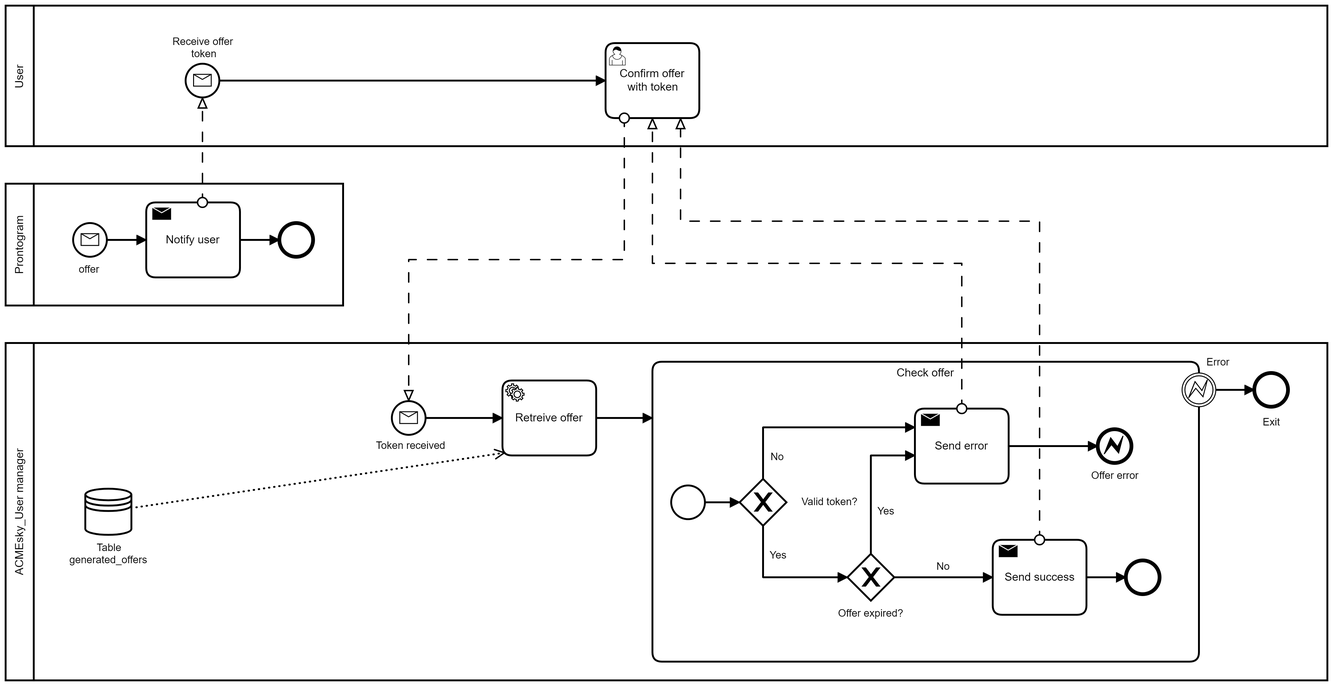
Vallasc/ACMEsky keeps this BPMN diagram as docs/bpmn/ConfirmOffer.png. Above is the earlier version. Its source is kept beside it as docs/bpmn/ConfirmOffer.bpmn. Ids are renumbered. Source of this version:
```xml
<bpmn:definitions xmlns:bpmn="http://www.omg.org/spec/BPMN/20100524/MODEL" xmlns:bpmndi="http://www.omg.org/spec/BPMN/20100524/DI" xmlns:dc="http://www.omg.org/spec/DD/20100524/DC" xmlns:di="http://www.omg.org/spec/DD/20100524/DI" id="Definitions_n1" targetNamespace="http://bpmn.io/schema/bpmn" exporter="Camunda Modeler" exporterVersion="4.3.0">
  <bpmn:collaboration id="Collaboration_n2">
    <bpmn:participant id="Participant_n3" name="ACMEsky_User manager" processRef="Process_n4" />
    <bpmn:participant id="Participant_n5" name="Prontogram" processRef="Process_n6" />
    <bpmn:participant id="Participant_n7" name="User" processRef="Process_n8" />
    <bpmn:messageFlow id="Flow_n9" sourceRef="Activity_n10" targetRef="Event_n11" />
    <bpmn:messageFlow id="Flow_n12" sourceRef="Activity_n13" targetRef="Event_n14" />
    <bpmn:messageFlow id="Flow_n15" sourceRef="Activity_n16" targetRef="Activity_n13" />
    <bpmn:messageFlow id="Flow_n17" sourceRef="Activity_n18" targetRef="Activity_n13" />
  </bpmn:collaboration>
  <bpmn:process id="Process_n4" isExecutable="false">
    <bpmn:serviceTask id="Activity_n19" name="Retreive offer">
      <bpmn:incoming>Flow_n20</bpmn:incoming>
      <bpmn:outgoing>Flow_n21</bpmn:outgoing>
      <bpmn:property id="Property_n22" name="__targetRef_placeholder" />
      <bpmn:dataInputAssociation id="DataInputAssociation_n23">
        <bpmn:sourceRef>DataStoreReference_n24</bpmn:sourceRef>
        <bpmn:targetRef>Property_n22</bpmn:targetRef>
      </bpmn:dataInputAssociation>
    </bpmn:serviceTask>
    <bpmn:endEvent id="Event_n25" name="Exit">
      <bpmn:incoming>Flow_n26</bpmn:incoming>
    </bpmn:endEvent>
    <bpmn:startEvent id="Event_n14" name="Token received">
      <bpmn:outgoing>Flow_n20</bpmn:outgoing>
      <bpmn:messageEventDefinition id="MessageEventDefinition_n27" />
    </bpmn:startEvent>
    <bpmn:subProcess id="Activity_n28" name="Check offer">
      <bpmn:incoming>Flow_n21</bpmn:incoming>
      <bpmn:startEvent id="Event_n29">
        <bpmn:outgoing>Flow_n30</bpmn:outgoing>
      </bpmn:startEvent>
      <bpmn:exclusiveGateway id="Gateway_n31" name="Valid token?">
        <bpmn:incoming>Flow_n30</bpmn:incoming>
        <bpmn:outgoing>Flow_n32</bpmn:outgoing>
        <bpmn:outgoing>Flow_n33</bpmn:outgoing>
      </bpmn:exclusiveGateway>
      <bpmn:exclusiveGateway id="Gateway_n34" name="Offer expired?">
        <bpmn:incoming>Flow_n33</bpmn:incoming>
        <bpmn:outgoing>Flow_n35</bpmn:outgoing>
        <bpmn:outgoing>Flow_n36</bpmn:outgoing>
      </bpmn:exclusiveGateway>
      <bpmn:endEvent id="Event_n37">
        <bpmn:incoming>Flow_n38</bpmn:incoming>
      </bpmn:endEvent>
      <bpmn:sendTask id="Activity_n16" name="Send success">
        <bpmn:incoming>Flow_n35</bpmn:incoming>
        <bpmn:outgoing>Flow_n38</bpmn:outgoing>
      </bpmn:sendTask>
      <bpmn:sendTask id="Activity_n18" name="Send error">
        <bpmn:incoming>Flow_n32</bpmn:incoming>
        <bpmn:incoming>Flow_n36</bpmn:incoming>
        <bpmn:outgoing>Flow_n39</bpmn:outgoing>
      </bpmn:sendTask>
      <bpmn:endEvent id="Event_n40" name="Offer error">
        <bpmn:incoming>Flow_n39</bpmn:incoming>
        <bpmn:errorEventDefinition id="ErrorEventDefinition_n41" />
      </bpmn:endEvent>
      <bpmn:sequenceFlow id="Flow_n39" sourceRef="Activity_n18" targetRef="Event_n40" />
      <bpmn:sequenceFlow id="Flow_n38" sourceRef="Activity_n16" targetRef="Event_n37" />
      <bpmn:sequenceFlow id="Flow_n35" name="No" sourceRef="Gateway_n34" targetRef="Activity_n16" />
      <bpmn:sequenceFlow id="Flow_n32" name="No" sourceRef="Gateway_n31" targetRef="Activity_n18" />
      <bpmn:sequenceFlow id="Flow_n33" name="Yes" sourceRef="Gateway_n31" targetRef="Gateway_n34" />
      <bpmn:sequenceFlow id="Flow_n36" name="Yes" sourceRef="Gateway_n34" targetRef="Activity_n18" />
      <bpmn:sequenceFlow id="Flow_n30" sourceRef="Event_n29" targetRef="Gateway_n31" />
    </bpmn:subProcess>
    <bpmn:boundaryEvent id="Event_n42" name="Error" attachedToRef="Activity_n28">
      <bpmn:outgoing>Flow_n26</bpmn:outgoing>
      <bpmn:errorEventDefinition id="ErrorEventDefinition_n43" />
    </bpmn:boundaryEvent>
    <bpmn:sequenceFlow id="Flow_n20" sourceRef="Event_n14" targetRef="Activity_n19" />
    <bpmn:sequenceFlow id="Flow_n21" sourceRef="Activity_n19" targetRef="Activity_n28" />
    <bpmn:sequenceFlow id="Flow_n26" sourceRef="Event_n42" targetRef="Event_n25" />
    <bpmn:dataStoreReference id="DataStoreReference_n24" name="Table generated_offers" />
  </bpmn:process>
  <bpmn:process id="Process_n6" isExecutable="false">
    <bpmn:startEvent id="Event_n44" name="offer">
      <bpmn:outgoing>Flow_n45</bpmn:outgoing>
      <bpmn:messageEventDefinition id="MessageEventDefinition_n46" />
    </bpmn:startEvent>
    <bpmn:endEvent id="Event_n47">
      <bpmn:incoming>Flow_n48</bpmn:incoming>
    </bpmn:endEvent>
    <bpmn:sendTask id="Activity_n10" name="Notify user">
      <bpmn:incoming>Flow_n45</bpmn:incoming>
      <bpmn:outgoing>Flow_n48</bpmn:outgoing>
    </bpmn:sendTask>
    <bpmn:sequenceFlow id="Flow_n45" sourceRef="Event_n44" targetRef="Activity_n10" />
    <bpmn:sequenceFlow id="Flow_n48" sourceRef="Activity_n10" targetRef="Event_n47" />
  </bpmn:process>
  <bpmn:process id="Process_n8" isExecutable="false">
    <bpmn:startEvent id="Event_n11" name="Receive offer token">
      <bpmn:outgoing>Flow_n49</bpmn:outgoing>
      <bpmn:messageEventDefinition id="MessageEventDefinition_n50" />
    </bpmn:startEvent>
    <bpmn:userTask id="Activity_n13" name="Confirm offer with token">
      <bpmn:incoming>Flow_n49</bpmn:incoming>
    </bpmn:userTask>
    <bpmn:sequenceFlow id="Flow_n49" sourceRef="Event_n11" targetRef="Activity_n13" />
  </bpmn:process>
  <bpmndi:BPMNDiagram id="BPMNDiagram_1">
    <bpmndi:BPMNPlane id="BPMNPlane_1" bpmnElement="Collaboration_n2">
      <bpmndi:BPMNShape id="Participant_n3_di" bpmnElement="Participant_n3" isHorizontal="true">
        <dc:Bounds x="160" y="440" width="1410" height="360" />
      </bpmndi:BPMNShape>
      <bpmndi:BPMNEdge id="Flow_n26_di" bpmnElement="Flow_n26">
        <di:waypoint x="1451" y="490" />
        <di:waypoint x="1492" y="490" />
      </bpmndi:BPMNEdge>
      <bpmndi:BPMNEdge id="Flow_n21_di" bpmnElement="Flow_n21">
        <di:waypoint x="790" y="520" />
        <di:waypoint x="850" y="520" />
      </bpmndi:BPMNEdge>
      <bpmndi:BPMNEdge id="Flow_n20_di" bpmnElement="Flow_n20">
        <di:waypoint x="608" y="520" />
        <di:waypoint x="690" y="520" />
      </bpmndi:BPMNEdge>
      <bpmndi:BPMNShape id="Activity_n19_di" bpmnElement="Activity_n19">
        <dc:Bounds x="690" y="480" width="100" height="80" />
      </bpmndi:BPMNShape>
      <bpmndi:BPMNShape id="Event_n25_di" bpmnElement="Event_n25">
        <dc:Bounds x="1492" y="472" width="36" height="36" />
        <bpmndi:BPMNLabel>
          <dc:Bounds x="1501" y="518" width="20" height="14" />
        </bpmndi:BPMNLabel>
      </bpmndi:BPMNShape>
      <bpmndi:BPMNShape id="Event_n14_di" bpmnElement="Event_n14">
        <dc:Bounds x="572" y="502" width="36" height="36" />
        <bpmndi:BPMNLabel>
          <dc:Bounds x="555" y="543" width="73" height="14" />
        </bpmndi:BPMNLabel>
      </bpmndi:BPMNShape>
      <bpmndi:BPMNShape id="Activity_n28_di" bpmnElement="Activity_n28" isExpanded="true">
        <dc:Bounds x="850" y="460" width="583" height="320" />
      </bpmndi:BPMNShape>
      <bpmndi:BPMNEdge id="Flow_n30_di" bpmnElement="Flow_n30">
        <di:waypoint x="906" y="610" />
        <di:waypoint x="943" y="610" />
      </bpmndi:BPMNEdge>
      <bpmndi:BPMNEdge id="Flow_n36_di" bpmnElement="Flow_n36">
        <di:waypoint x="1083" y="665" />
        <di:waypoint x="1083" y="560" />
        <di:waypoint x="1130" y="560" />
        <bpmndi:BPMNLabel>
          <dc:Bounds x="1090" y="613" width="18" height="14" />
        </bpmndi:BPMNLabel>
      </bpmndi:BPMNEdge>
      <bpmndi:BPMNEdge id="Flow_n33_di" bpmnElement="Flow_n33">
        <di:waypoint x="968" y="635" />
        <di:waypoint x="968" y="690" />
        <di:waypoint x="1058" y="690" />
        <bpmndi:BPMNLabel>
          <dc:Bounds x="975" y="660" width="18" height="14" />
        </bpmndi:BPMNLabel>
      </bpmndi:BPMNEdge>
      <bpmndi:BPMNEdge id="Flow_n32_di" bpmnElement="Flow_n32">
        <di:waypoint x="968" y="585" />
        <di:waypoint x="968" y="530" />
        <di:waypoint x="1130" y="530" />
        <bpmndi:BPMNLabel>
          <dc:Bounds x="976" y="555" width="15" height="14" />
        </bpmndi:BPMNLabel>
      </bpmndi:BPMNEdge>
      <bpmndi:BPMNEdge id="Flow_n35_di" bpmnElement="Flow_n35">
        <di:waypoint x="1108" y="690" />
        <di:waypoint x="1213" y="690" />
        <bpmndi:BPMNLabel>
          <dc:Bounds x="1153" y="672" width="15" height="14" />
        </bpmndi:BPMNLabel>
      </bpmndi:BPMNEdge>
      <bpmndi:BPMNEdge id="Flow_n38_di" bpmnElement="Flow_n38">
        <di:waypoint x="1313" y="690" />
        <di:waypoint x="1355" y="690" />
      </bpmndi:BPMNEdge>
      <bpmndi:BPMNEdge id="Flow_n39_di" bpmnElement="Flow_n39">
        <di:waypoint x="1230" y="550" />
        <di:waypoint x="1325" y="550" />
      </bpmndi:BPMNEdge>
      <bpmndi:BPMNShape id="Event_n29_di" bpmnElement="Event_n29">
        <dc:Bounds x="870" y="592" width="36" height="36" />
      </bpmndi:BPMNShape>
      <bpmndi:BPMNShape id="Gateway_n31_di" bpmnElement="Gateway_n31" isMarkerVisible="true">
        <dc:Bounds x="943" y="585" width="50" height="50" />
        <bpmndi:BPMNLabel>
          <dc:Bounds x="1009" y="603" width="59" height="14" />
        </bpmndi:BPMNLabel>
      </bpmndi:BPMNShape>
      <bpmndi:BPMNShape id="Gateway_n34_di" bpmnElement="Gateway_n34" isMarkerVisible="true">
        <dc:Bounds x="1058" y="665" width="50" height="50" />
        <bpmndi:BPMNLabel>
          <dc:Bounds x="1048" y="722" width="70" height="14" />
        </bpmndi:BPMNLabel>
      </bpmndi:BPMNShape>
      <bpmndi:BPMNShape id="Event_n37_di" bpmnElement="Event_n37">
        <dc:Bounds x="1355" y="672" width="36" height="36" />
      </bpmndi:BPMNShape>
      <bpmndi:BPMNShape id="Activity_n16_di" bpmnElement="Activity_n16">
        <dc:Bounds x="1213" y="650" width="100" height="80" />
      </bpmndi:BPMNShape>
      <bpmndi:BPMNShape id="Activity_n18_di" bpmnElement="Activity_n18">
        <dc:Bounds x="1130" y="510" width="100" height="80" />
      </bpmndi:BPMNShape>
      <bpmndi:BPMNShape id="Event_n40_di" bpmnElement="Event_n40">
        <dc:Bounds x="1325" y="532" width="36" height="36" />
        <bpmndi:BPMNLabel>
          <dc:Bounds x="1318" y="575" width="52" height="14" />
        </bpmndi:BPMNLabel>
      </bpmndi:BPMNShape>
      <bpmndi:BPMNShape id="DataStoreReference_n24_di" bpmnElement="DataStoreReference_n24">
        <dc:Bounds x="245" y="595" width="50" height="50" />
        <bpmndi:BPMNLabel>
          <dc:Bounds x="228" y="652" width="84" height="27" />
        </bpmndi:BPMNLabel>
      </bpmndi:BPMNShape>
      <bpmndi:BPMNShape id="Event_n42_di" bpmnElement="Event_n42">
        <dc:Bounds x="1415" y="472" width="36" height="36" />
        <bpmndi:BPMNLabel>
          <dc:Bounds x="1441" y="454" width="26" height="14" />
        </bpmndi:BPMNLabel>
      </bpmndi:BPMNShape>
      <bpmndi:BPMNShape id="Participant_n7_di" bpmnElement="Participant_n7" isHorizontal="true">
        <dc:Bounds x="160" y="80" width="1410" height="150" />
      </bpmndi:BPMNShape>
      <bpmndi:BPMNEdge id="Flow_n49_di" bpmnElement="Flow_n49">
        <di:waypoint x="388" y="160" />
        <di:waypoint x="800" y="160" />
      </bpmndi:BPMNEdge>
      <bpmndi:BPMNShape id="Activity_n13_di" bpmnElement="Activity_n13">
        <dc:Bounds x="800" y="120" width="100" height="80" />
      </bpmndi:BPMNShape>
      <bpmndi:BPMNShape id="Event_n11_di" bpmnElement="Event_n11">
        <dc:Bounds x="352" y="142" width="36" height="36" />
        <bpmndi:BPMNLabel>
          <dc:Bounds x="338" y="112" width="66" height="27" />
        </bpmndi:BPMNLabel>
      </bpmndi:BPMNShape>
      <bpmndi:BPMNShape id="Participant_n5_di" bpmnElement="Participant_n5" isHorizontal="true">
        <dc:Bounds x="160" y="270" width="360" height="130" />
      </bpmndi:BPMNShape>
      <bpmndi:BPMNEdge id="Flow_n48_di" bpmnElement="Flow_n48">
        <di:waypoint x="410" y="330" />
        <di:waypoint x="452" y="330" />
      </bpmndi:BPMNEdge>
      <bpmndi:BPMNEdge id="Flow_n45_di" bpmnElement="Flow_n45">
        <di:waypoint x="268" y="330" />
        <di:waypoint x="310" y="330" />
      </bpmndi:BPMNEdge>
      <bpmndi:BPMNShape id="Event_n44_di" bpmnElement="Event_n44">
        <dc:Bounds x="232" y="312" width="36" height="36" />
        <bpmndi:BPMNLabel>
          <dc:Bounds x="238" y="355" width="24" height="14" />
        </bpmndi:BPMNLabel>
      </bpmndi:BPMNShape>
      <bpmndi:BPMNShape id="Event_n47_di" bpmnElement="Event_n47">
        <dc:Bounds x="452" y="312" width="36" height="36" />
      </bpmndi:BPMNShape>
      <bpmndi:BPMNShape id="Activity_n10_di" bpmnElement="Activity_n10">
        <dc:Bounds x="310" y="290" width="100" height="80" />
      </bpmndi:BPMNShape>
      <bpmndi:BPMNEdge id="DataInputAssociation_n23_di" bpmnElement="DataInputAssociation_n23">
        <di:waypoint x="295" y="616" />
        <di:waypoint x="693" y="557" />
      </bpmndi:BPMNEdge>
      <bpmndi:BPMNEdge id="Flow_n9_di" bpmnElement="Flow_n9">
        <di:waypoint x="370" y="290" />
        <di:waypoint x="370" y="178" />
      </bpmndi:BPMNEdge>
      <bpmndi:BPMNEdge id="Flow_n12_di" bpmnElement="Flow_n12">
        <di:waypoint x="820" y="200" />
        <di:waypoint x="820" y="351" />
        <di:waypoint x="590" y="351" />
        <di:waypoint x="590" y="502" />
      </bpmndi:BPMNEdge>
      <bpmndi:BPMNEdge id="Flow_n17_di" bpmnElement="Flow_n17">
        <di:waypoint x="1180" y="510" />
        <di:waypoint x="1180" y="355" />
        <di:waypoint x="850" y="355" />
        <di:waypoint x="850" y="200" />
      </bpmndi:BPMNEdge>
      <bpmndi:BPMNEdge id="Flow_n15_di" bpmnElement="Flow_n15">
        <di:waypoint x="1263" y="650" />
        <di:waypoint x="1263" y="310" />
        <di:waypoint x="880" y="310" />
        <di:waypoint x="880" y="200" />
      </bpmndi:BPMNEdge>
    </bpmndi:BPMNPlane>
  </bpmndi:BPMNDiagram>
</bpmn:definitions>
```
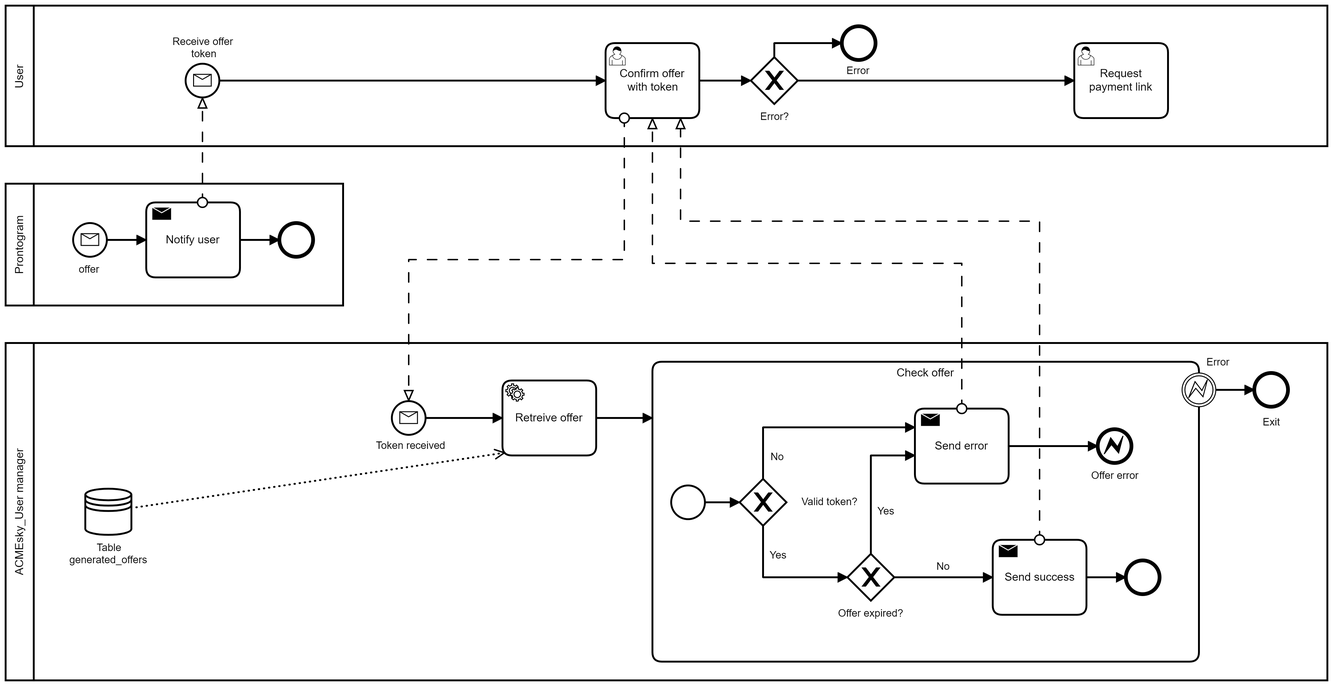
After the commit.

Change to the diagram source:
```diff
@@ -95,8 +95,23 @@
     </bpmn:startEvent>
     <bpmn:userTask id="Activity_n13" name="Confirm offer with token">
       <bpmn:incoming>Flow_n49</bpmn:incoming>
+      <bpmn:outgoing>Flow_n51</bpmn:outgoing>
     </bpmn:userTask>
     <bpmn:sequenceFlow id="Flow_n49" sourceRef="Event_n11" targetRef="Activity_n13" />
+    <bpmn:exclusiveGateway id="Gateway_n52" name="Error?">
+      <bpmn:incoming>Flow_n51</bpmn:incoming>
+      <bpmn:outgoing>Flow_n53</bpmn:outgoing>
+      <bpmn:outgoing>Flow_n54</bpmn:outgoing>
+    </bpmn:exclusiveGateway>
+    <bpmn:sequenceFlow id="Flow_n51" sourceRef="Activity_n13" targetRef="Gateway_n52" />
+    <bpmn:sequenceFlow id="Flow_n53" sourceRef="Gateway_n52" targetRef="Event_n55" />
+    <bpmn:endEvent id="Event_n55" name="Error">
+      <bpmn:incoming>Flow_n53</bpmn:incoming>
+    </bpmn:endEvent>
+    <bpmn:sequenceFlow id="Flow_n54" sourceRef="Gateway_n52" targetRef="Activity_n56" />
+    <bpmn:userTask id="Activity_n56" name="Request payment link">
+      <bpmn:incoming>Flow_n54</bpmn:incoming>
+    </bpmn:userTask>
   </bpmn:process>
   <bpmndi:BPMNDiagram id="BPMNDiagram_1">
     <bpmndi:BPMNPlane id="BPMNPlane_1" bpmnElement="Collaboration_n2">
@@ -218,22 +233,6 @@
           <dc:Bounds x="1441" y="454" width="26" height="14" />
         </bpmndi:BPMNLabel>
       </bpmndi:BPMNShape>
-      <bpmndi:BPMNShape id="Participant_n7_di" bpmnElement="Participant_n7" isHorizontal="true">
-        <dc:Bounds x="160" y="80" width="1410" height="150" />
-      </bpmndi:BPMNShape>
-      <bpmndi:BPMNEdge id="Flow_n49_di" bpmnElement="Flow_n49">
-        <di:waypoint x="388" y="160" />
-        <di:waypoint x="800" y="160" />
-      </bpmndi:BPMNEdge>
-      <bpmndi:BPMNShape id="Activity_n13_di" bpmnElement="Activity_n13">
-        <dc:Bounds x="800" y="120" width="100" height="80" />
-      </bpmndi:BPMNShape>
-      <bpmndi:BPMNShape id="Event_n11_di" bpmnElement="Event_n11">
-        <dc:Bounds x="352" y="142" width="36" height="36" />
-        <bpmndi:BPMNLabel>
-          <dc:Bounds x="338" y="112" width="66" height="27" />
-        </bpmndi:BPMNLabel>
-      </bpmndi:BPMNShape>
       <bpmndi:BPMNShape id="Participant_n5_di" bpmnElement="Participant_n5" isHorizontal="true">
         <dc:Bounds x="160" y="270" width="360" height="130" />
       </bpmndi:BPMNShape>
@@ -257,6 +256,50 @@
       <bpmndi:BPMNShape id="Activity_n10_di" bpmnElement="Activity_n10">
         <dc:Bounds x="310" y="290" width="100" height="80" />
       </bpmndi:BPMNShape>
+      <bpmndi:BPMNShape id="Participant_n7_di" bpmnElement="Participant_n7" isHorizontal="true">
+        <dc:Bounds x="160" y="80" width="1410" height="150" />
+      </bpmndi:BPMNShape>
+      <bpmndi:BPMNEdge id="Flow_n49_di" bpmnElement="Flow_n49">
+        <di:waypoint x="388" y="160" />
+        <di:waypoint x="800" y="160" />
+      </bpmndi:BPMNEdge>
+      <bpmndi:BPMNEdge id="Flow_n51_di" bpmnElement="Flow_n51">
+        <di:waypoint x="900" y="160" />
+        <di:waypoint x="955" y="160" />
+      </bpmndi:BPMNEdge>
+      <bpmndi:BPMNEdge id="Flow_n53_di" bpmnElement="Flow_n53">
+        <di:waypoint x="980" y="135" />
+        <di:waypoint x="980" y="120" />
+        <di:waypoint x="1052" y="120" />
+      </bpmndi:BPMNEdge>
+      <bpmndi:BPMNEdge id="Flow_n54_di" bpmnElement="Flow_n54">
+        <di:waypoint x="1005" y="160" />
+        <di:waypoint x="1300" y="160" />
+      </bpmndi:BPMNEdge>
+      <bpmndi:BPMNShape id="Event_n11_di" bpmnElement="Event_n11">
+        <dc:Bounds x="352" y="142" width="36" height="36" />
+        <bpmndi:BPMNLabel>
+          <dc:Bounds x="338" y="112" width="66" height="27" />
+        </bpmndi:BPMNLabel>
+      </bpmndi:BPMNShape>
+      <bpmndi:BPMNShape id="Activity_n13_di" bpmnElement="Activity_n13">
+        <dc:Bounds x="800" y="120" width="100" height="80" />
+      </bpmndi:BPMNShape>
+      <bpmndi:BPMNShape id="Gateway_n52_di" bpmnElement="Gateway_n52" isMarkerVisible="true">
+        <dc:Bounds x="955" y="135" width="50" height="50" />
+        <bpmndi:BPMNLabel>
+          <dc:Bounds x="965" y="192" width="31" height="14" />
+        </bpmndi:BPMNLabel>
+      </bpmndi:BPMNShape>
+      <bpmndi:BPMNShape id="Event_n55_di" bpmnElement="Event_n55">
+        <dc:Bounds x="1052" y="102" width="36" height="36" />
+        <bpmndi:BPMNLabel>
+          <dc:Bounds x="1057" y="143" width="26" height="14" />
+        </bpmndi:BPMNLabel>
+      </bpmndi:BPMNShape>
+      <bpmndi:BPMNShape id="Activity_n56_di" bpmnElement="Activity_n56">
+        <dc:Bounds x="1300" y="120" width="100" height="80" />
+      </bpmndi:BPMNShape>
       <bpmndi:BPMNEdge id="DataInputAssociation_n23_di" bpmnElement="DataInputAssociation_n23">
         <di:waypoint x="295" y="616" />
         <di:waypoint x="693" y="557" />
@@ -271,18 +314,18 @@
         <di:waypoint x="590" y="351" />
         <di:waypoint x="590" y="502" />
       </bpmndi:BPMNEdge>
+      <bpmndi:BPMNEdge id="Flow_n15_di" bpmnElement="Flow_n15">
+        <di:waypoint x="1263" y="650" />
+        <di:waypoint x="1263" y="310" />
+        <di:waypoint x="880" y="310" />
+        <di:waypoint x="880" y="200" />
+      </bpmndi:BPMNEdge>
       <bpmndi:BPMNEdge id="Flow_n17_di" bpmnElement="Flow_n17">
         <di:waypoint x="1180" y="510" />
         <di:waypoint x="1180" y="355" />
         <di:waypoint x="850" y="355" />
         <di:waypoint x="850" y="200" />
       </bpmndi:BPMNEdge>
-      <bpmndi:BPMNEdge id="Flow_n15_di" bpmnElement="Flow_n15">
-        <di:waypoint x="1263" y="650" />
-        <di:waypoint x="1263" y="310" />
-        <di:waypoint x="880" y="310" />
-        <di:waypoint x="880" y="200" />
-      </bpmndi:BPMNEdge>
     </bpmndi:BPMNPlane>
   </bpmndi:BPMNDiagram>
 </bpmn:definitions>
```
